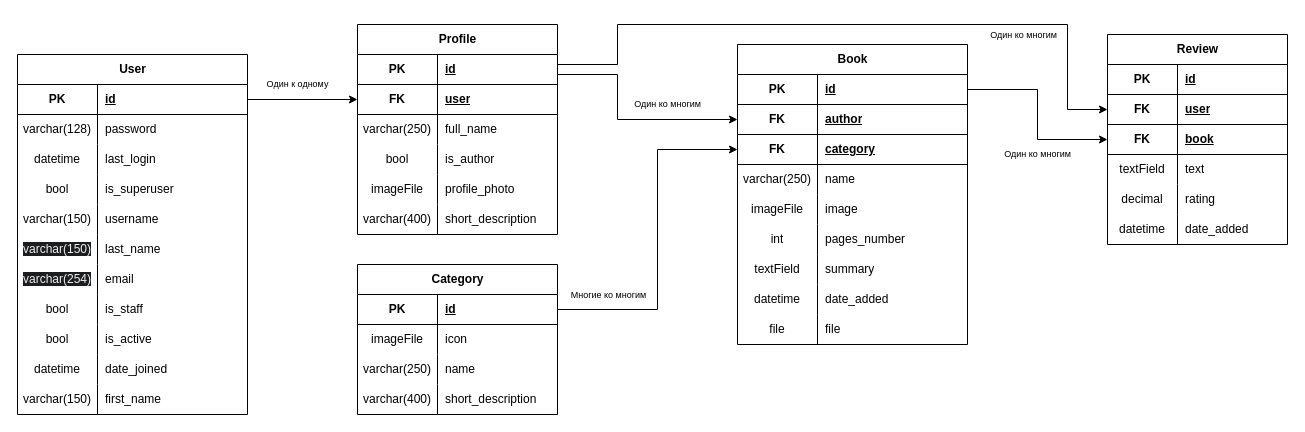
olegmishutin/New-authors keeps this draw.io diagram as server/data_base_tables.drawio. Above is the earlier version. Source tidied: cells renumbered, new cells numbered last; positions are measured from the earlier drawing's top-left corner, leaving out a move shared by most shapes. Both pictures are drawn from the tidied source at 100%, with x=0, y=0 at pixel (17, 24).
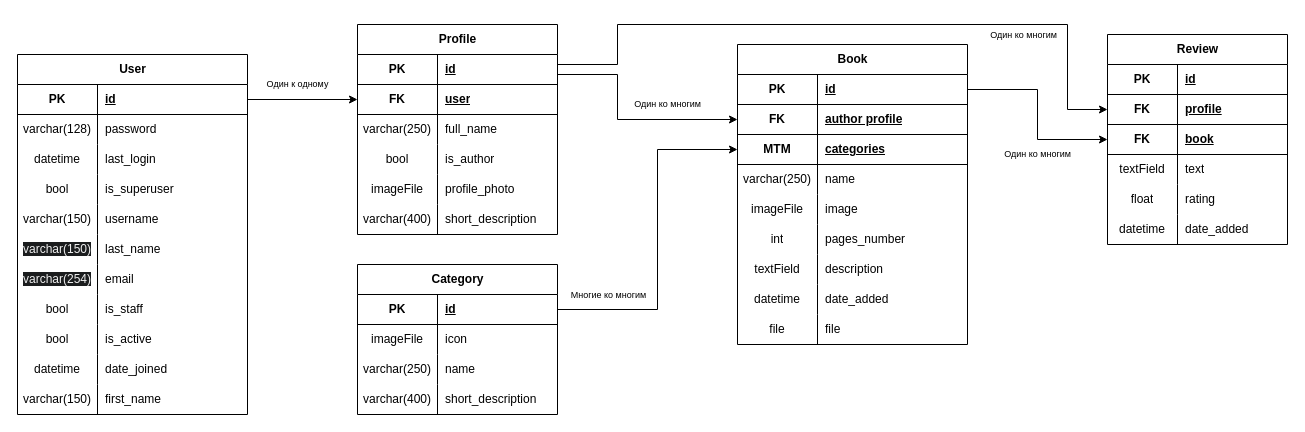
The same diagram, later.

Unchanged cells that the change refers to:
```xml
<mxCell id="61" style="shape=tableRow;horizontal=0;startSize=0;swimlaneHead=0;swimlaneBody=0;fillColor=none;points=[[0,0.5],[1,0.5]];portConstraint=eastwest;top=0;left=0;right=0;bottom=1;" parent="57" vertex="1">
  <mxGeometry y="60" width="230" height="30" as="geometry" />
</mxCell>
<mxCell id="64" style="shape=tableRow;horizontal=0;startSize=0;swimlaneHead=0;swimlaneBody=0;fillColor=none;points=[[0,0.5],[1,0.5]];portConstraint=eastwest;top=0;left=0;right=0;bottom=1;" parent="57" vertex="1">
  <mxGeometry y="90" width="230" height="30" as="geometry" />
</mxCell>
<mxCell id="76" style="shape=tableRow;horizontal=0;startSize=0;swimlaneHead=0;swimlaneBody=0;fillColor=none;top=0;left=0;right=0;bottom=0;" parent="57" vertex="1">
  <mxGeometry y="210" width="230" height="30" as="geometry" />
</mxCell>
<mxCell id="104" style="shape=tableRow;horizontal=0;startSize=0;swimlaneHead=0;swimlaneBody=0;fillColor=none;points=[[0,0.5],[1,0.5]];portConstraint=eastwest;top=0;left=0;right=0;bottom=1;" parent="100" vertex="1">
  <mxGeometry y="60" width="180" height="30" as="geometry" />
</mxCell>
<mxCell id="113" style="shape=tableRow;horizontal=0;startSize=0;swimlaneHead=0;swimlaneBody=0;fillColor=none;top=0;left=0;right=0;bottom=0;" parent="100" vertex="1">
  <mxGeometry y="150" width="180" height="30" as="geometry" />
</mxCell>
```

Diff of the diagram source:
```diff
@@
-    <mxCell id="63" value="author" style="shape=partialRectangle;fillColor=none;top=0;left=0;bottom=0;right=0;align=left;spacingLeft=6;fontStyle=5;overflow=hidden;whiteSpace=wrap;html=1;" parent="61" vertex="1">
+    <mxCell id="63" value="author profile" style="shape=partialRectangle;fillColor=none;top=0;left=0;bottom=0;right=0;align=left;spacingLeft=6;fontStyle=5;overflow=hidden;whiteSpace=wrap;html=1;" parent="61" vertex="1">
       <mxGeometry x="80" width="150" height="30" as="geometry" />
     </mxCell>
@@
-    <mxCell id="65" value="FK" style="shape=partialRectangle;fillColor=none;top=0;left=0;bottom=0;right=0;fontStyle=1;overflow=hidden;whiteSpace=wrap;html=1;" parent="64" vertex="1">
+    <mxCell id="65" value="MTM" style="shape=partialRectangle;fillColor=none;top=0;left=0;bottom=0;right=0;fontStyle=1;overflow=hidden;whiteSpace=wrap;html=1;" parent="64" vertex="1">
       <mxGeometry width="80" height="30" as="geometry" />
     </mxCell>
-    <mxCell id="66" value="category" style="shape=partialRectangle;fillColor=none;top=0;left=0;bottom=0;right=0;align=left;spacingLeft=6;fontStyle=5;overflow=hidden;whiteSpace=wrap;html=1;" parent="64" vertex="1">
+    <mxCell id="66" value="categories" style="shape=partialRectangle;fillColor=none;top=0;left=0;bottom=0;right=0;align=left;spacingLeft=6;fontStyle=5;overflow=hidden;whiteSpace=wrap;html=1;" parent="64" vertex="1">
       <mxGeometry x="80" width="150" height="30" as="geometry" />
     </mxCell>
@@
-    <mxCell id="78" value="summary" style="shape=partialRectangle;fillColor=none;top=0;left=0;bottom=0;right=0;align=left;spacingLeft=6;overflow=hidden;whiteSpace=wrap;html=1;" parent="76" vertex="1">
+    <mxCell id="78" value="description" style="shape=partialRectangle;fillColor=none;top=0;left=0;bottom=0;right=0;align=left;spacingLeft=6;overflow=hidden;whiteSpace=wrap;html=1;" parent="76" vertex="1">
       <mxGeometry x="80" width="150" height="30" as="geometry" />
     </mxCell>
@@
-    <mxCell id="106" value="user" style="shape=partialRectangle;fillColor=none;top=0;left=0;bottom=0;right=0;align=left;spacingLeft=6;fontStyle=5;overflow=hidden;whiteSpace=wrap;html=1;" parent="104" vertex="1">
+    <mxCell id="106" value="profile" style="shape=partialRectangle;fillColor=none;top=0;left=0;bottom=0;right=0;align=left;spacingLeft=6;fontStyle=5;overflow=hidden;whiteSpace=wrap;html=1;" parent="104" vertex="1">
       <mxGeometry x="70" width="110" height="30" as="geometry" />
     </mxCell>
@@
-    <mxCell id="114" value="decimal" style="shape=partialRectangle;fillColor=none;top=0;left=0;bottom=0;right=0;overflow=hidden;whiteSpace=wrap;html=1;" parent="113" vertex="1">
+    <mxCell id="114" value="float" style="shape=partialRectangle;fillColor=none;top=0;left=0;bottom=0;right=0;overflow=hidden;whiteSpace=wrap;html=1;" parent="113" vertex="1">
       <mxGeometry width="70" height="30" as="geometry" />
     </mxCell>
```
